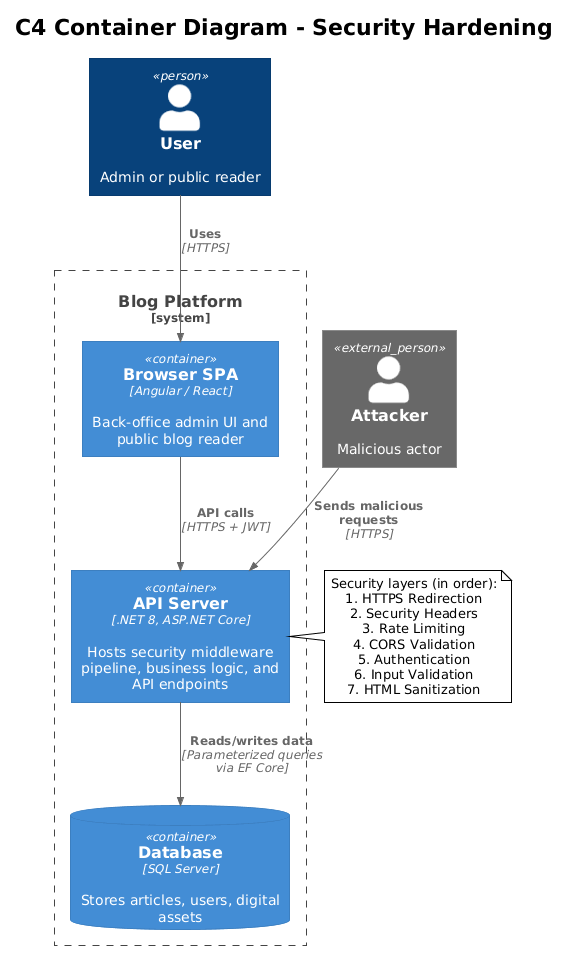
The PlantUML diagram docs/detailed-designs/08-security-hardening/diagrams/c4_container.png in QuinntyneBrown/Blog, before a commit.
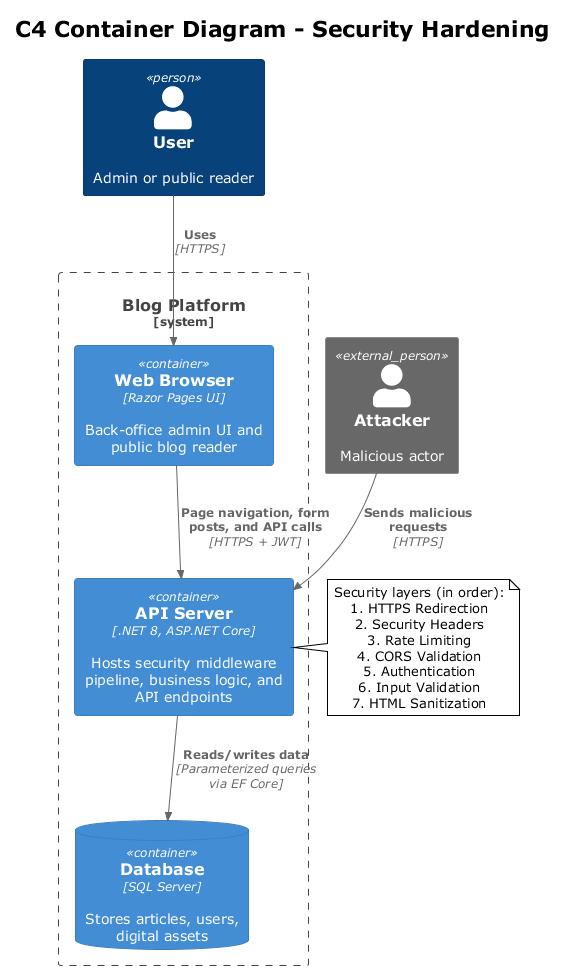
The same diagram one commit later.

Diff of the diagram source:
```diff
@@ -1,4 +1,4 @@
-@startuml
+@startuml c4_container
 !theme plain
 !include <C4/C4_Container>
 
@@ -8,14 +8,14 @@
 Person_Ext(attacker, "Attacker", "Malicious actor")
 
 System_Boundary(blogSystem, "Blog Platform") {
-    Container(browser, "Browser SPA", "Angular / React", "Back-office admin UI and public blog reader")
+    Container(browser, "Web Browser", "Razor Pages UI", "Back-office admin UI and public blog reader")
     Container(apiServer, "API Server", ".NET 8, ASP.NET Core", "Hosts security middleware pipeline, business logic, and API endpoints")
     ContainerDb(database, "Database", "SQL Server", "Stores articles, users, digital assets")
 }
 
 Rel(user, browser, "Uses", "HTTPS")
 Rel(attacker, apiServer, "Sends malicious requests", "HTTPS")
-Rel(browser, apiServer, "API calls", "HTTPS + JWT")
+Rel(browser, apiServer, "Page navigation, form posts, and API calls", "HTTPS + JWT")
 Rel(apiServer, database, "Reads/writes data", "Parameterized queries via EF Core")
 
 note right of apiServer
@@ -28,4 +28,5 @@
   6. Input Validation
   7. HTML Sanitization
 end note
+
 @enduml
```
